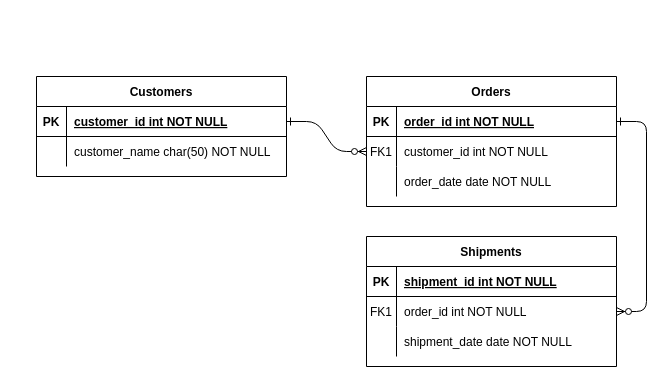
Earlier version of the draw.io diagram Untitled Diagram.drawio (Rociobohn/Grupo_3_Clopix). Source tidied: cells renumbered, new cells numbered last; positions are measured from the earlier drawing's top-left corner, leaving out a move shared by most shapes. Both pictures are drawn from the tidied source at 100%, with x=0, y=0 at pixel (36, 76).
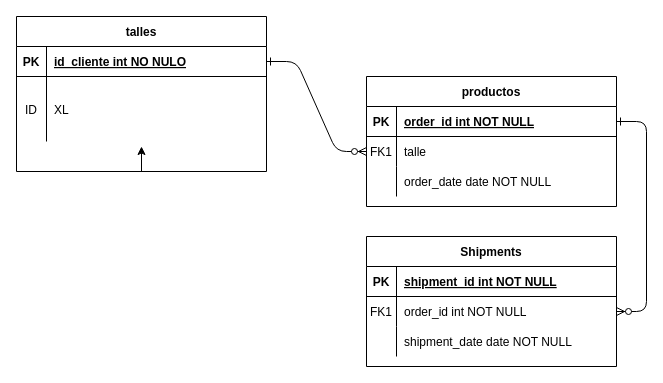
The same diagram, later.

Unchanged cells that the change refers to:
```xml
<mxCell id="8" style="shape=partialRectangle;fillColor=none;points=[[0,0.5],[1,0.5]];portConstraint=eastwest;top=0;left=0;right=0;bottom=0;" parent="4" vertex="1">
  <mxGeometry y="60" width="250" height="30" as="geometry" />
</mxCell>
<mxCell id="25" style="shape=partialRectangle;fillColor=none;points=[[0,0.5],[1,0.5]];portConstraint=eastwest;top=0;left=0;right=0;bottom=1;" parent="24" vertex="1">
  <mxGeometry y="30" width="250" height="30" as="geometry" />
</mxCell>
```

What changed in the source:
```diff
@@
-    <mxCell id="4" value="Orders" style="shape=table;startSize=30;childLayout=tableLayout;rowLines=0;fontStyle=1;align=center;" parent="1" vertex="1">
+    <mxCell id="4" value="productos" style="shape=table;startSize=30;childLayout=tableLayout;rowLines=0;fontStyle=1;align=center;" parent="1" vertex="1">
       <mxGeometry x="330" width="250" height="130" as="geometry" />
     </mxCell>
@@
-    <mxCell id="10" value="customer_id int NOT NULL" style="shape=partialRectangle;overflow=hidden;fillColor=none;top=0;left=0;bottom=0;right=0;align=left;spacingLeft=6;" parent="8" vertex="1">
+    <mxCell id="10" value="talle" style="shape=partialRectangle;overflow=hidden;fillColor=none;top=0;left=0;bottom=0;right=0;align=left;spacingLeft=6;" parent="8" vertex="1">
       <mxGeometry x="30" width="220" height="30" as="geometry" />
     </mxCell>
@@
+    <mxCell id="31" style="edgeStyle=orthogonalEdgeStyle;rounded=0;jettySize=auto;html=1;exitX=0.5;exitY=1;exitDx=0;exitDy=0;" parent="1" edge="1" source="24">
+      <mxGeometry relative="1" as="geometry">
+        <mxPoint x="105" y="70" as="targetPoint" />
+      </mxGeometry>
+    </mxCell>
-    <mxCell id="24" value="Customers" style="shape=table;startSize=30;childLayout=tableLayout;rowLines=0;fontStyle=1;align=center;" parent="1" vertex="1">
-      <mxGeometry width="250" height="100" as="geometry" />
+    <mxCell id="24" value="talles" style="shape=table;startSize=30;childLayout=tableLayout;rowLines=0;fontStyle=1;align=center;" parent="1" vertex="1">
+      <mxGeometry x="-20" y="-60" width="250" height="155" as="geometry" />
     </mxCell>
@@
-    <mxCell id="27" value="customer_id int NOT NULL " style="shape=partialRectangle;overflow=hidden;fillColor=none;top=0;left=0;bottom=0;right=0;align=left;spacingLeft=6;fontStyle=5;" parent="25" vertex="1">
+    <mxCell id="27" value="id_cliente int NO NULO" style="shape=partialRectangle;overflow=hidden;fillColor=none;top=0;left=0;bottom=0;right=0;align=left;spacingLeft=6;fontStyle=5;" parent="25" vertex="1">
       <mxGeometry x="30" width="220" height="30" as="geometry" />
     </mxCell>
     <mxCell id="28" style="shape=partialRectangle;fillColor=none;top=0;left=0;right=0;bottom=0;" parent="24" vertex="1">
-      <mxGeometry y="60" width="250" height="30" as="geometry" />
+      <mxGeometry y="60" width="250" height="65" as="geometry" />
     </mxCell>
-    <mxCell id="29" style="shape=partialRectangle;overflow=hidden;fillColor=none;top=0;left=0;bottom=0;right=0;" parent="28" vertex="1">
-      <mxGeometry width="30" height="30" as="geometry" />
+    <mxCell id="29" value="ID" style="shape=partialRectangle;overflow=hidden;fillColor=none;top=0;left=0;bottom=0;right=0;" parent="28" vertex="1">
+      <mxGeometry width="30" height="65" as="geometry" />
     </mxCell>
-    <mxCell id="30" value="customer_name char(50) NOT NULL" style="shape=partialRectangle;overflow=hidden;fillColor=none;top=0;left=0;bottom=0;right=0;align=left;spacingLeft=6;" parent="28" vertex="1">
-      <mxGeometry x="30" width="220" height="30" as="geometry" />
+    <mxCell id="30" value="XL" style="shape=partialRectangle;overflow=hidden;fillColor=none;top=0;left=0;bottom=0;right=0;align=left;spacingLeft=6;" parent="28" vertex="1">
+      <mxGeometry x="30" width="220" height="65" as="geometry" />
     </mxCell>
```
